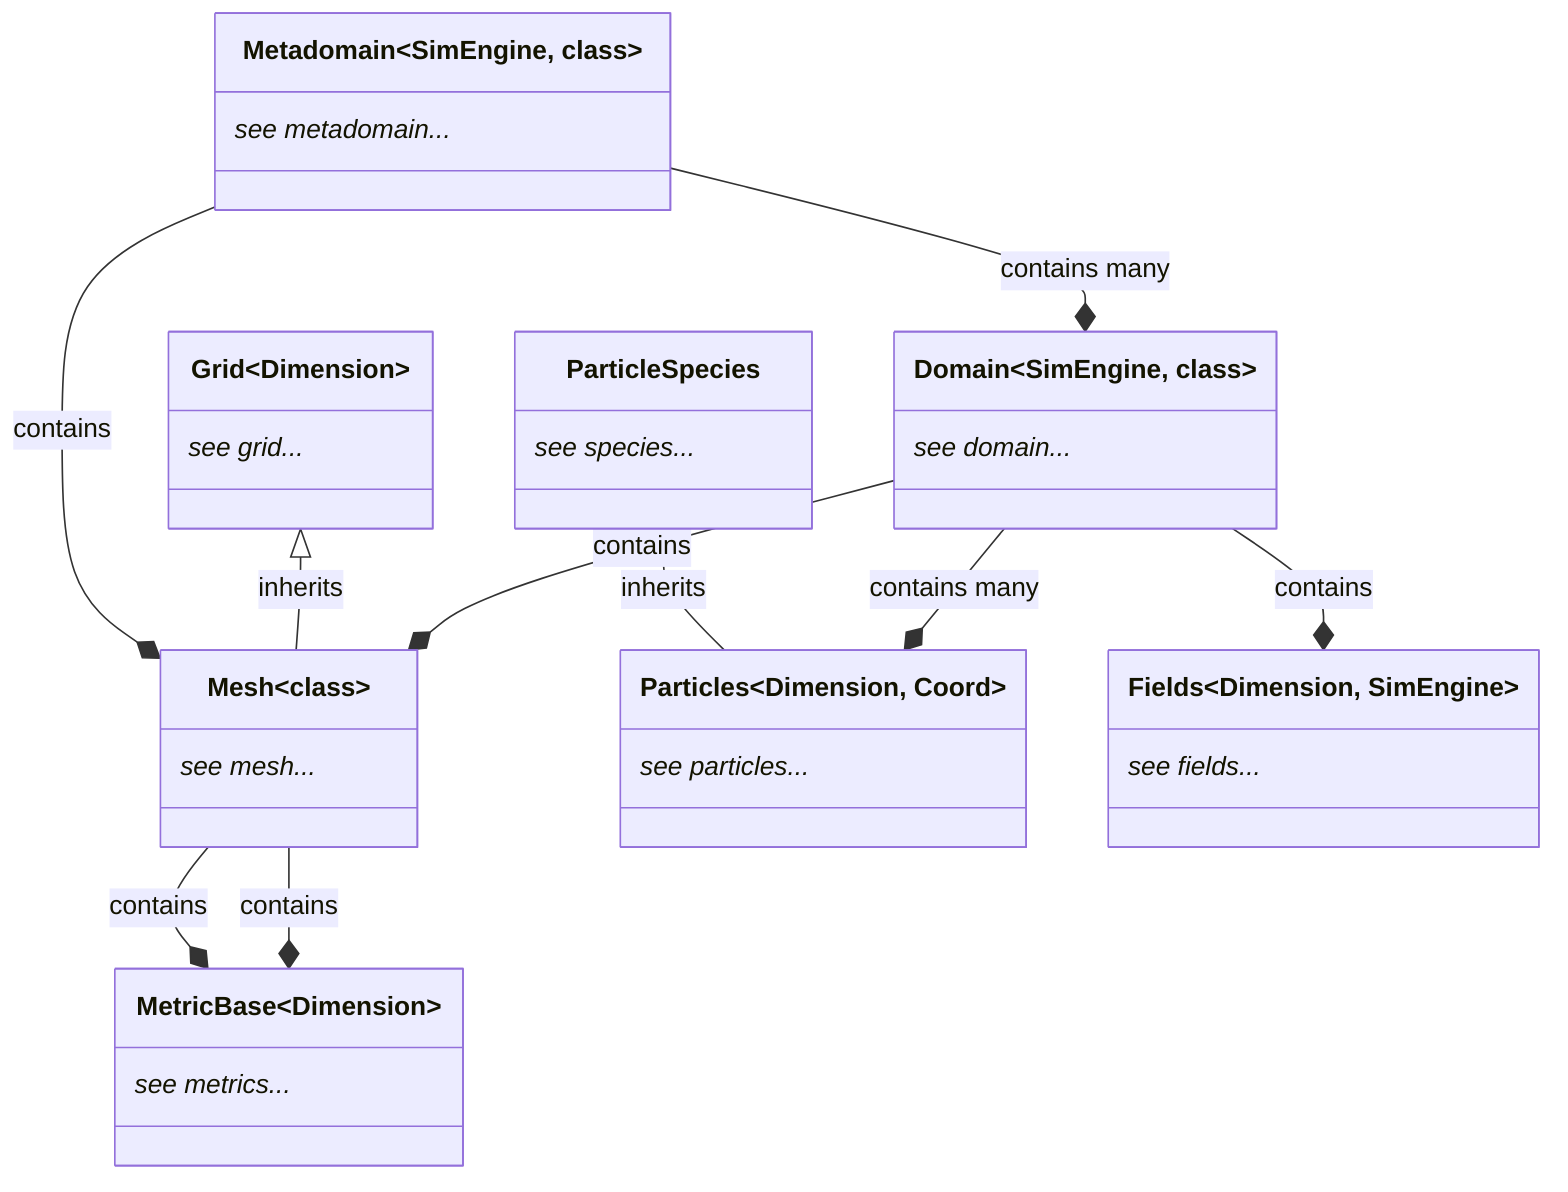
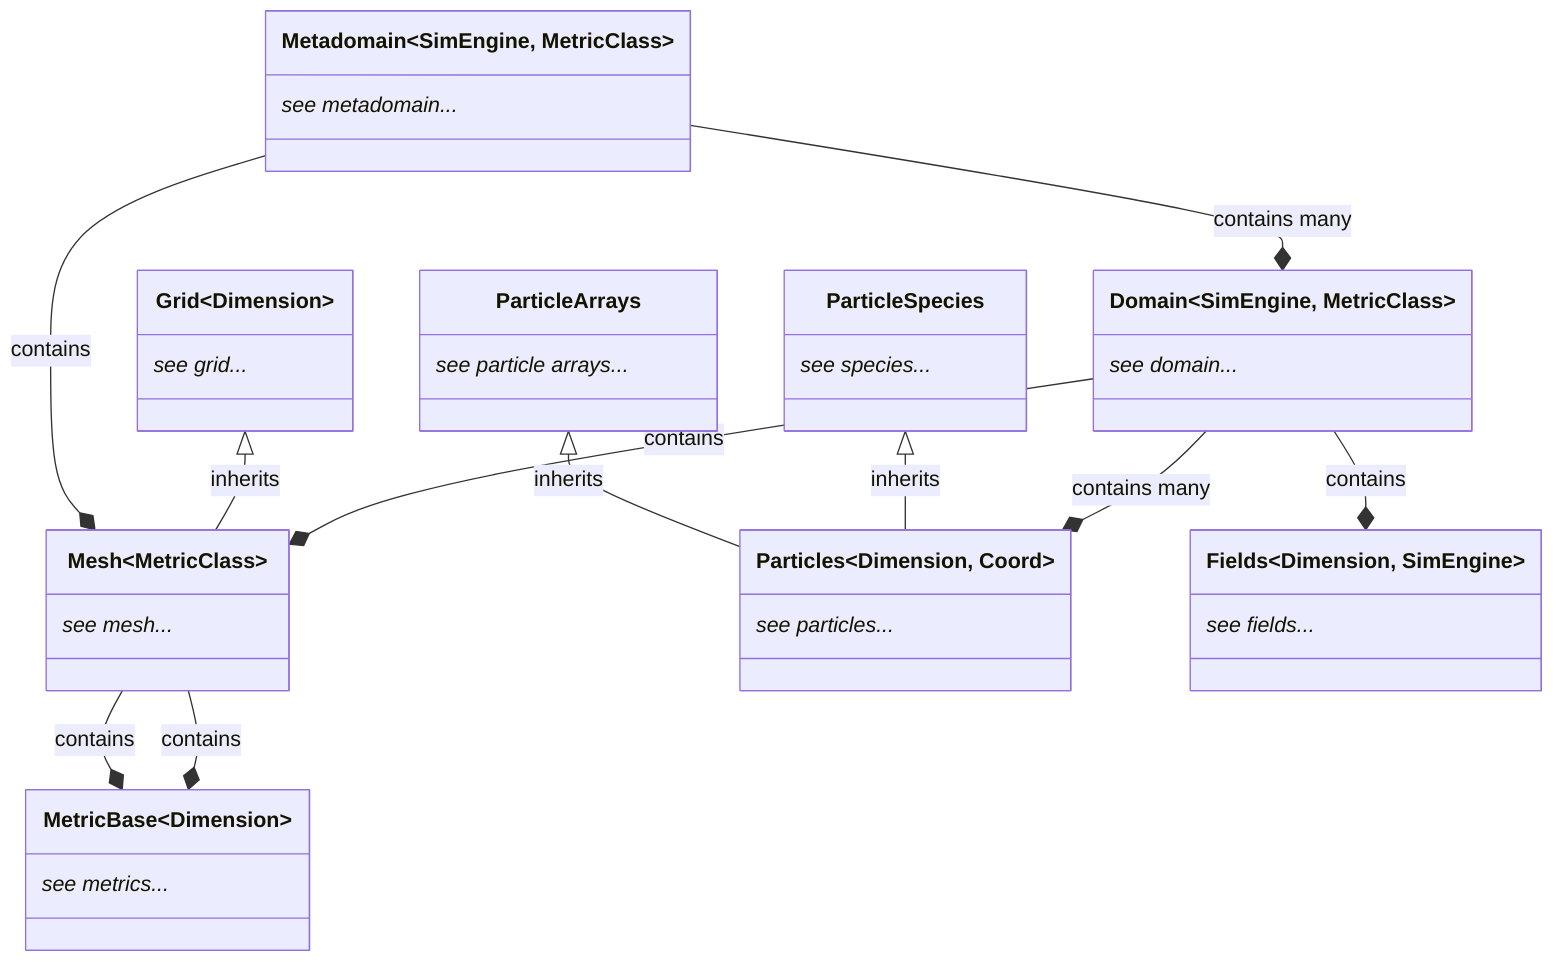
classDiagram
  direction TB
-   class Metadomain~SimEngine, class~ {
+   class Metadomain~SimEngine, MetricClass~ {
    see metadomain...*
  }
-   class Domain~SimEngine, class~ {
+   class Domain~SimEngine, MetricClass~ {
    see domain...*
  }
-   class Mesh~class~ {
+   class Mesh~MetricClass~ {
    see mesh...*
  }
  class Grid~Dimension~ {
    see grid...*
  }
  class MetricBase~Dimension~ {
    see metrics...*
  }
  class ParticleSpecies {
    see species...*
+   }
+   class ParticleArrays {
+     see particle arrays...*
  }
  class Particles~Dimension, Coord~ {
    see particles...*
  }
  class Fields~Dimension, SimEngine~ {
    see fields...*
  }

  Domain --* Mesh : contains
  Grid <|-- Mesh : inherits
  Mesh --* MetricBase : contains
  Metadomain --* Domain : contains many
  Metadomain --* Mesh : contains
  Domain --* Fields : contains
  Domain --* Particles : contains many
  ParticleSpecies <|-- Particles : inherits
+   ParticleArrays <|-- Particles : inherits
  Mesh --* MetricBase : contains

